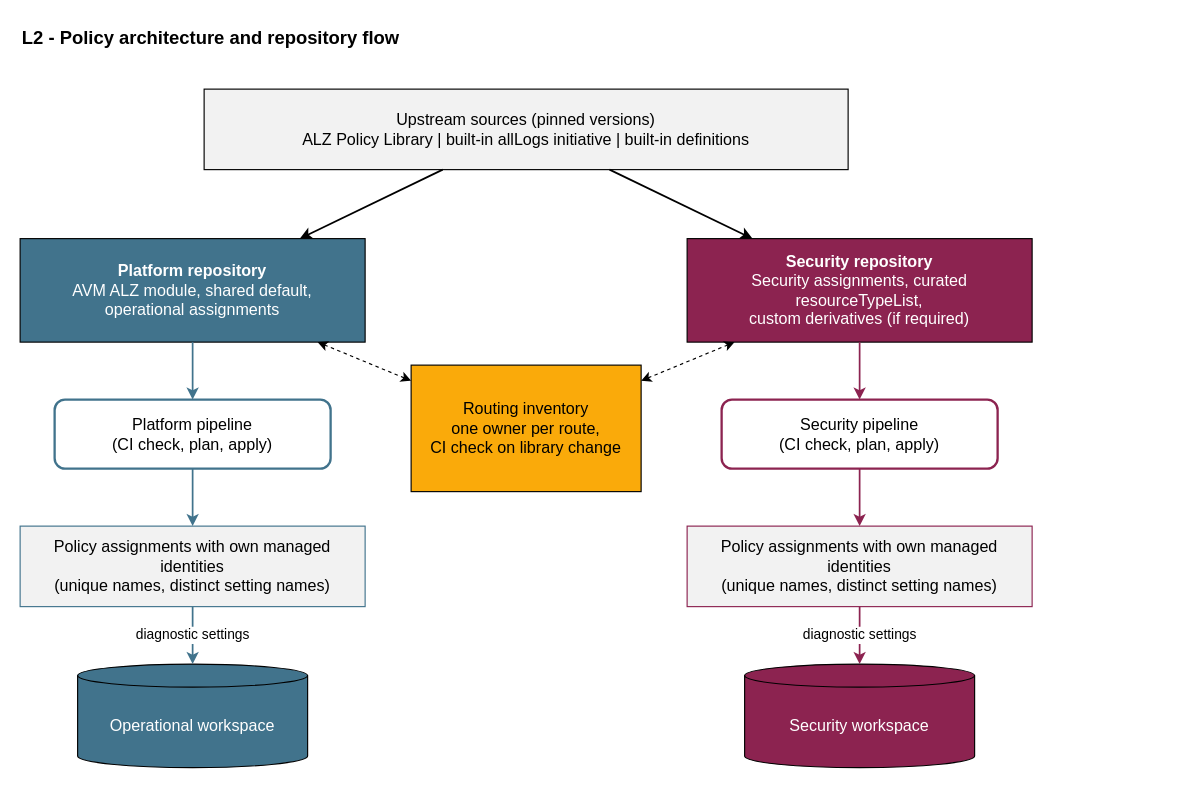
This is design/diagrams/L2-policy-repository-flow.drawio from NikolaiKleppe/alz-diagnostic-log-design, a draw.io file, before an edit. Source tidied: cells renumbered, new cells numbered last; positions are measured from the earlier drawing's top-left corner, leaving out a move shared by most shapes. Both pictures are drawn from the tidied source at 115%, with x=0, y=0 at pixel (20, 20).
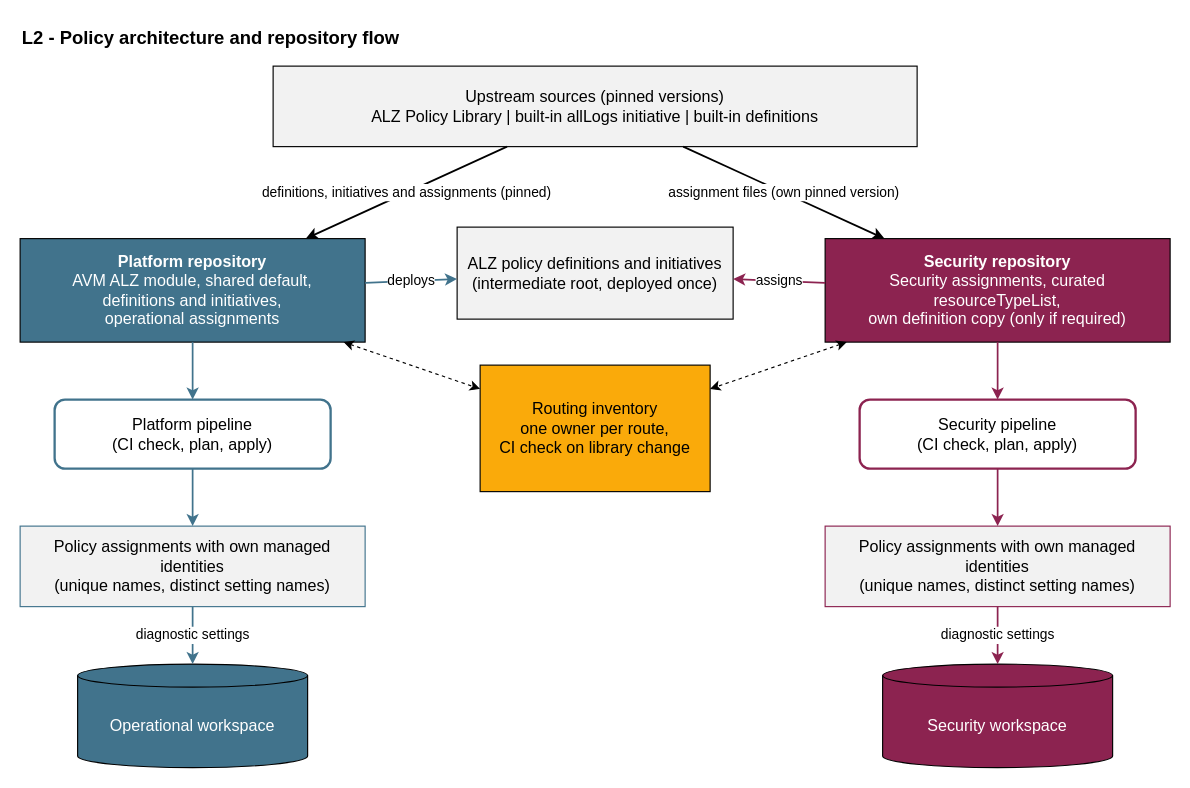
The same diagram, later.

The edit, as a diff of the source:
```diff
@@
     <mxCell id="3" value="Upstream sources (pinned versions)&#10;ALZ Policy Library | built-in allLogs initiative | built-in definitions" style="rounded=0;whiteSpace=wrap;html=1;fillColor=#F2F2F2;strokeColor=#000000;fontFamily=Calibri;fontSize=14;" parent="1" vertex="1">
-      <mxGeometry x="160" y="60" width="560" height="70" as="geometry" />
+      <mxGeometry x="220" y="40" width="560" height="70" as="geometry" />
     </mxCell>
-    <mxCell id="4" value="&lt;b&gt;Platform repository&lt;/b&gt;&lt;br&gt;AVM ALZ module, shared default,&lt;br&gt;operational assignments" style="rounded=0;whiteSpace=wrap;html=1;fillColor=#41738C;strokeColor=#000000;fontColor=#FFFFFF;fontFamily=Calibri;fontSize=14;" parent="1" vertex="1">
+    <mxCell id="4" value="&lt;b&gt;Platform repository&lt;/b&gt;&lt;br&gt;AVM ALZ module, shared default,&lt;br&gt;definitions and initiatives,&lt;br&gt;operational assignments" style="rounded=0;whiteSpace=wrap;html=1;fillColor=#41738C;strokeColor=#000000;fontColor=#FFFFFF;fontFamily=Calibri;fontSize=14;" parent="1" vertex="1">
       <mxGeometry y="190" width="300" height="90" as="geometry" />
     </mxCell>
-    <mxCell id="5" value="&lt;b&gt;Security repository&lt;/b&gt;&lt;br&gt;Security assignments, curated resourceTypeList,&lt;br&gt;custom derivatives (if required)" style="rounded=0;whiteSpace=wrap;html=1;fillColor=#8C2350;strokeColor=#000000;fontColor=#FFFFFF;fontFamily=Calibri;fontSize=14;" parent="1" vertex="1">
-      <mxGeometry x="580" y="190" width="300" height="90" as="geometry" />
+    <mxCell id="5" value="&lt;b&gt;Security repository&lt;/b&gt;&lt;br&gt;Security assignments, curated resourceTypeList,&lt;br&gt;own definition copy (only if required)" style="rounded=0;whiteSpace=wrap;html=1;fillColor=#8C2350;strokeColor=#000000;fontColor=#FFFFFF;fontFamily=Calibri;fontSize=14;" parent="1" vertex="1">
+      <mxGeometry x="700" y="190" width="300" height="90" as="geometry" />
     </mxCell>
+    <mxCell id="23" value="ALZ policy definitions and initiatives&#10;(intermediate root, deployed once)" style="rounded=0;whiteSpace=wrap;html=1;fillColor=#F2F2F2;strokeColor=#000000;fontFamily=Calibri;fontSize=14;" parent="1" vertex="1">
+      <mxGeometry x="380" y="180" width="240" height="80" as="geometry" />
+    </mxCell>
@@
     <mxCell id="7" value="Security pipeline&#10;(CI check, plan, apply)" style="rounded=1;whiteSpace=wrap;html=1;fillColor=#FFFFFF;strokeColor=#8C2350;strokeWidth=2;fontFamily=Calibri;fontSize=14;" parent="1" vertex="1">
-      <mxGeometry x="610" y="330" width="240" height="60" as="geometry" />
+      <mxGeometry x="730" y="330" width="240" height="60" as="geometry" />
     </mxCell>
@@
     <mxCell id="9" value="Policy assignments with own managed identities&#10;(unique names, distinct setting names)" style="rounded=0;whiteSpace=wrap;html=1;fillColor=#F2F2F2;strokeColor=#8C2350;fontFamily=Calibri;fontSize=14;" parent="1" vertex="1">
-      <mxGeometry x="580" y="440" width="300" height="70" as="geometry" />
+      <mxGeometry x="700" y="440" width="300" height="70" as="geometry" />
     </mxCell>
@@
     <mxCell id="11" value="Security workspace" style="shape=cylinder3;whiteSpace=wrap;html=1;boundedLbl=1;backgroundOutline=1;size=10;fillColor=#8C2350;strokeColor=#000000;fontColor=#FFFFFF;fontFamily=Calibri;fontSize=14;" parent="1" vertex="1">
-      <mxGeometry x="630" y="560" width="200" height="90" as="geometry" />
+      <mxGeometry x="750" y="560" width="200" height="90" as="geometry" />
     </mxCell>
     <mxCell id="12" value="Routing inventory&#10;one owner per route,&#10;CI check on library change" style="rounded=0;whiteSpace=wrap;html=1;fillColor=#FAAA0A;strokeColor=#000000;fontFamily=Calibri;fontSize=14;" parent="1" vertex="1">
-      <mxGeometry x="340" y="300" width="200" height="110" as="geometry" />
+      <mxGeometry x="400" y="300" width="200" height="110" as="geometry" />
     </mxCell>
-    <mxCell id="13" style="endArrow=classic;html=1;strokeColor=#000000;strokeWidth=1.5;" parent="1" edge="1" source="3" target="4">
+    <mxCell id="13" value="definitions, initiatives and assignments (pinned)" style="endArrow=classic;html=1;strokeColor=#000000;strokeWidth=1.5;fontFamily=Calibri;fontSize=12;" parent="1" edge="1" source="3" target="4">
       <mxGeometry relative="1" as="geometry" />
     </mxCell>
-    <mxCell id="14" style="endArrow=classic;html=1;strokeColor=#000000;strokeWidth=1.5;" parent="1" edge="1" source="3" target="5">
+    <mxCell id="14" value="assignment files (own pinned version)" style="endArrow=classic;html=1;strokeColor=#000000;strokeWidth=1.5;fontFamily=Calibri;fontSize=12;" parent="1" edge="1" source="3" target="5">
       <mxGeometry relative="1" as="geometry" />
     </mxCell>
+    <mxCell id="24" value="deploys" style="endArrow=classic;html=1;strokeColor=#41738C;strokeWidth=1.5;fontFamily=Calibri;fontSize=12;" parent="1" edge="1" source="4" target="23">
+      <mxGeometry relative="1" as="geometry" />
+    </mxCell>
+    <mxCell id="25" value="assigns" style="endArrow=classic;html=1;strokeColor=#8C2350;strokeWidth=1.5;fontFamily=Calibri;fontSize=12;" parent="1" edge="1" source="5" target="23">
+      <mxGeometry relative="1" as="geometry" />
+    </mxCell>
```
